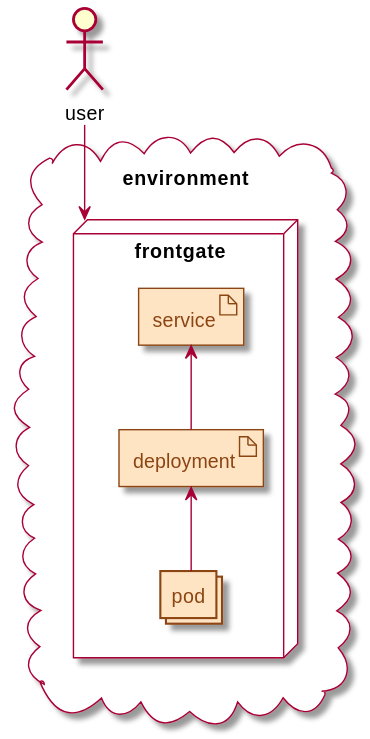
This is documentation/images/kubernetes-logical-structure.svg from LanDinh/khaleesi-ninja, a PlantUML export, as it was before one commit.
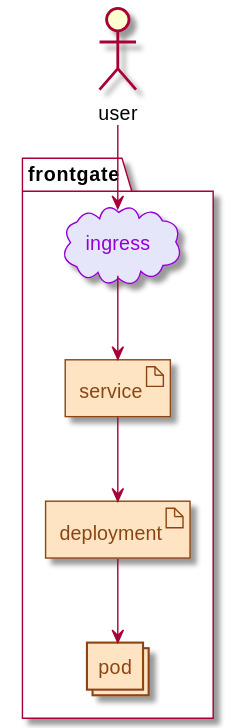
After the change.

The edit, as a diff of the source:
```diff
@@ -10,18 +10,23 @@
   LineColor saddlebrown
   FontColor saddlebrown
 }
+cloud {
+  BackgroundColor lavender
+  LineColor darkviolet
+  FontColor darkviolet
+}
 </style>
 
 actor user
-cloud environment {
-  node "frontgate" as frontgate {
-    artifact service as front_service
-    artifact deployment as front_deployment
-    collections pod as front_pod
-  }
+package "frontgate" as frontgate {
+  cloud ingress as front_ingress
+  artifact service as front_service
+  artifact deployment as front_deployment
+  collections pod as front_pod
 }
 
-user --> frontgate
-front_service <-- front_deployment
-front_deployment <-- front_pod
+user --> front_ingress
+front_ingress --> front_service
+front_service --> front_deployment
+front_deployment --> front_pod
 @enduml
```
